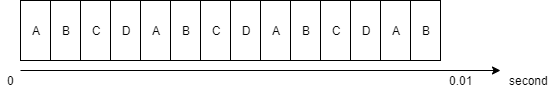
Above: images/preemptive.png in nganhkhoa/thesis (draw.io), before the change. Source tidied: cells renumbered, new cells last; positions are measured from the earlier drawing's top-left corner, leaving out a move shared by most shapes. Its diagram source:
```xml
<mxGraphModel>
  <root>
    <mxCell id="0" />
    <mxCell id="1" parent="0" />
    <mxCell id="2" value="A" style="rounded=0;whiteSpace=wrap;html=1;" parent="1" vertex="1">
      <mxGeometry x="20" width="30" height="60" as="geometry" />
    </mxCell>
    <mxCell id="3" value="B" style="rounded=0;whiteSpace=wrap;html=1;" parent="1" vertex="1">
      <mxGeometry x="50" width="30" height="60" as="geometry" />
    </mxCell>
    <mxCell id="4" value="C" style="rounded=0;whiteSpace=wrap;html=1;" parent="1" vertex="1">
      <mxGeometry x="80" width="30" height="60" as="geometry" />
    </mxCell>
    <mxCell id="5" value="D" style="rounded=0;whiteSpace=wrap;html=1;" parent="1" vertex="1">
      <mxGeometry x="110" width="30" height="60" as="geometry" />
    </mxCell>
    <mxCell id="6" value="A" style="rounded=0;whiteSpace=wrap;html=1;" parent="1" vertex="1">
      <mxGeometry x="140" width="30" height="60" as="geometry" />
    </mxCell>
    <mxCell id="7" value="B" style="rounded=0;whiteSpace=wrap;html=1;" parent="1" vertex="1">
      <mxGeometry x="170" width="30" height="60" as="geometry" />
    </mxCell>
    <mxCell id="8" value="C" style="rounded=0;whiteSpace=wrap;html=1;" parent="1" vertex="1">
      <mxGeometry x="200" width="30" height="60" as="geometry" />
    </mxCell>
    <mxCell id="9" value="D" style="rounded=0;whiteSpace=wrap;html=1;" parent="1" vertex="1">
      <mxGeometry x="230" width="30" height="60" as="geometry" />
    </mxCell>
    <mxCell id="10" value="A" style="rounded=0;whiteSpace=wrap;html=1;" parent="1" vertex="1">
      <mxGeometry x="260" width="30" height="60" as="geometry" />
    </mxCell>
    <mxCell id="11" style="endArrow=classic;html=1;" parent="1" edge="1" source="9" target="10">
      <mxGeometry relative="1" as="geometry" />
    </mxCell>
    <mxCell id="12" value="B" style="rounded=0;whiteSpace=wrap;html=1;" parent="1" vertex="1">
      <mxGeometry x="290" width="30" height="60" as="geometry" />
    </mxCell>
    <mxCell id="13" value="C" style="rounded=0;whiteSpace=wrap;html=1;" parent="1" vertex="1">
      <mxGeometry x="320" width="30" height="60" as="geometry" />
    </mxCell>
    <mxCell id="14" value="D" style="rounded=0;whiteSpace=wrap;html=1;" parent="1" vertex="1">
      <mxGeometry x="350" width="30" height="60" as="geometry" />
    </mxCell>
    <mxCell id="15" value="A" style="rounded=0;whiteSpace=wrap;html=1;" parent="1" vertex="1">
      <mxGeometry x="380" width="30" height="60" as="geometry" />
    </mxCell>
    <mxCell id="16" value="B" style="rounded=0;whiteSpace=wrap;html=1;" parent="1" vertex="1">
      <mxGeometry x="410" width="30" height="60" as="geometry" />
    </mxCell>
    <mxCell id="17" style="endArrow=classic;html=1;" parent="1" edge="1">
      <mxGeometry relative="1" as="geometry">
        <mxPoint x="20" y="70" as="sourcePoint" />
        <mxPoint x="500" y="70" as="targetPoint" />
      </mxGeometry>
    </mxCell>
    <mxCell id="18" value="0" style="text;html=1;align=center;verticalAlign=middle;" parent="1" vertex="1">
      <mxGeometry y="70" width="20" height="20" as="geometry" />
    </mxCell>
    <mxCell id="19" value="0.01" style="text;html=1;align=center;verticalAlign=middle;" parent="1" vertex="1">
      <mxGeometry x="440" y="70" width="40" height="20" as="geometry" />
    </mxCell>
    <mxCell id="20" value="second" style="text;html=1;align=center;verticalAlign=middle;" parent="1" vertex="1">
      <mxGeometry x="503" y="70" width="50" height="20" as="geometry" />
    </mxCell>
  </root>
</mxGraphModel>
```
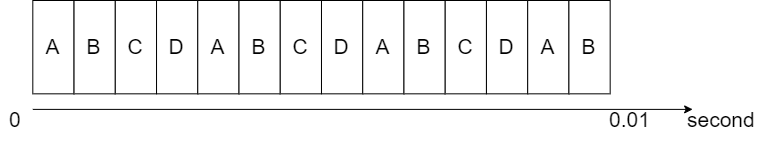
Later version of the same file.

The edit, as a diff of the source:
```diff
@@ -2,65 +2,68 @@
   <root>
     <mxCell id="0" />
     <mxCell id="1" parent="0" />
+    <mxCell id="21" style="group;fontSize=21;" parent="1" vertex="1">
+      <mxGeometry x="-180.2" y="40" width="766.4" height="140" as="geometry" />
+    </mxCell>
-    <mxCell id="2" value="A" style="rounded=0;whiteSpace=wrap;html=1;" parent="1" vertex="1">
-      <mxGeometry x="20" width="30" height="60" as="geometry" />
+    <mxCell id="2" value="A" style="rounded=0;whiteSpace=wrap;html=1;fontSize=21;" parent="21" vertex="1">
+      <mxGeometry x="27.5" width="41.2" height="93.3" as="geometry" />
     </mxCell>
-    <mxCell id="3" value="B" style="rounded=0;whiteSpace=wrap;html=1;" parent="1" vertex="1">
-      <mxGeometry x="50" width="30" height="60" as="geometry" />
+    <mxCell id="3" value="B" style="rounded=0;whiteSpace=wrap;html=1;fontSize=21;" parent="21" vertex="1">
+      <mxGeometry x="68.7" width="41.2" height="93.3" as="geometry" />
     </mxCell>
-    <mxCell id="4" value="C" style="rounded=0;whiteSpace=wrap;html=1;" parent="1" vertex="1">
-      <mxGeometry x="80" width="30" height="60" as="geometry" />
+    <mxCell id="4" value="C" style="rounded=0;whiteSpace=wrap;html=1;fontSize=21;" parent="21" vertex="1">
+      <mxGeometry x="110" width="41.2" height="93.3" as="geometry" />
     </mxCell>
-    <mxCell id="5" value="D" style="rounded=0;whiteSpace=wrap;html=1;" parent="1" vertex="1">
-      <mxGeometry x="110" width="30" height="60" as="geometry" />
+    <mxCell id="5" value="D" style="rounded=0;whiteSpace=wrap;html=1;fontSize=21;" parent="21" vertex="1">
+      <mxGeometry x="151.2" width="41.2" height="93.3" as="geometry" />
     </mxCell>
-    <mxCell id="6" value="A" style="rounded=0;whiteSpace=wrap;html=1;" parent="1" vertex="1">
-      <mxGeometry x="140" width="30" height="60" as="geometry" />
+    <mxCell id="6" value="A" style="rounded=0;whiteSpace=wrap;html=1;fontSize=21;" parent="21" vertex="1">
+      <mxGeometry x="192.5" width="41.2" height="93.3" as="geometry" />
     </mxCell>
-    <mxCell id="7" value="B" style="rounded=0;whiteSpace=wrap;html=1;" parent="1" vertex="1">
-      <mxGeometry x="170" width="30" height="60" as="geometry" />
+    <mxCell id="7" value="B" style="rounded=0;whiteSpace=wrap;html=1;fontSize=21;" parent="21" vertex="1">
+      <mxGeometry x="233.7" width="41.2" height="93.3" as="geometry" />
     </mxCell>
-    <mxCell id="8" value="C" style="rounded=0;whiteSpace=wrap;html=1;" parent="1" vertex="1">
-      <mxGeometry x="200" width="30" height="60" as="geometry" />
+    <mxCell id="8" value="C" style="rounded=0;whiteSpace=wrap;html=1;fontSize=21;" parent="21" vertex="1">
+      <mxGeometry x="274.9" width="41.2" height="93.3" as="geometry" />
     </mxCell>
-    <mxCell id="9" value="D" style="rounded=0;whiteSpace=wrap;html=1;" parent="1" vertex="1">
-      <mxGeometry x="230" width="30" height="60" as="geometry" />
+    <mxCell id="9" value="D" style="rounded=0;whiteSpace=wrap;html=1;fontSize=21;" parent="21" vertex="1">
+      <mxGeometry x="316.2" width="41.2" height="93.3" as="geometry" />
     </mxCell>
-    <mxCell id="10" value="A" style="rounded=0;whiteSpace=wrap;html=1;" parent="1" vertex="1">
-      <mxGeometry x="260" width="30" height="60" as="geometry" />
+    <mxCell id="10" value="A" style="rounded=0;whiteSpace=wrap;html=1;fontSize=21;" parent="21" vertex="1">
+      <mxGeometry x="357.4" width="41.2" height="93.3" as="geometry" />
     </mxCell>
-    <mxCell id="11" style="endArrow=classic;html=1;" parent="1" edge="1" source="9" target="10">
+    <mxCell id="11" style="endArrow=classic;html=1;fontSize=21;" parent="21" edge="1" source="9" target="10">
       <mxGeometry relative="1" as="geometry" />
     </mxCell>
-    <mxCell id="12" value="B" style="rounded=0;whiteSpace=wrap;html=1;" parent="1" vertex="1">
-      <mxGeometry x="290" width="30" height="60" as="geometry" />
+    <mxCell id="12" value="B" style="rounded=0;whiteSpace=wrap;html=1;fontSize=21;" parent="21" vertex="1">
+      <mxGeometry x="398.6" width="41.2" height="93.3" as="geometry" />
     </mxCell>
-    <mxCell id="13" value="C" style="rounded=0;whiteSpace=wrap;html=1;" parent="1" vertex="1">
-      <mxGeometry x="320" width="30" height="60" as="geometry" />
+    <mxCell id="13" value="C" style="rounded=0;whiteSpace=wrap;html=1;fontSize=21;" parent="21" vertex="1">
+      <mxGeometry x="439.9" width="41.2" height="93.3" as="geometry" />
     </mxCell>
-    <mxCell id="14" value="D" style="rounded=0;whiteSpace=wrap;html=1;" parent="1" vertex="1">
-      <mxGeometry x="350" width="30" height="60" as="geometry" />
+    <mxCell id="14" value="D" style="rounded=0;whiteSpace=wrap;html=1;fontSize=21;" parent="21" vertex="1">
+      <mxGeometry x="481.1" width="41.2" height="93.3" as="geometry" />
     </mxCell>
-    <mxCell id="15" value="A" style="rounded=0;whiteSpace=wrap;html=1;" parent="1" vertex="1">
-      <mxGeometry x="380" width="30" height="60" as="geometry" />
+    <mxCell id="15" value="A" style="rounded=0;whiteSpace=wrap;html=1;fontSize=21;" parent="21" vertex="1">
+      <mxGeometry x="522.4" width="41.2" height="93.3" as="geometry" />
     </mxCell>
-    <mxCell id="16" value="B" style="rounded=0;whiteSpace=wrap;html=1;" parent="1" vertex="1">
-      <mxGeometry x="410" width="30" height="60" as="geometry" />
+    <mxCell id="16" value="B" style="rounded=0;whiteSpace=wrap;html=1;fontSize=21;" parent="21" vertex="1">
+      <mxGeometry x="563.6" width="41.2" height="93.3" as="geometry" />
     </mxCell>
-    <mxCell id="17" style="endArrow=classic;html=1;" parent="1" edge="1">
+    <mxCell id="17" style="endArrow=classic;html=1;fontSize=21;" parent="21" edge="1">
       <mxGeometry relative="1" as="geometry">
-        <mxPoint x="20" y="70" as="sourcePoint" />
-        <mxPoint x="500" y="70" as="targetPoint" />
+        <mxPoint x="27.5" y="108.9" as="sourcePoint" />
+        <mxPoint x="687.3" y="108.9" as="targetPoint" />
       </mxGeometry>
     </mxCell>
-    <mxCell id="18" value="0" style="text;html=1;align=center;verticalAlign=middle;" parent="1" vertex="1">
-      <mxGeometry y="70" width="20" height="20" as="geometry" />
+    <mxCell id="18" value="0" style="text;html=1;align=center;verticalAlign=middle;fontSize=21;" parent="21" vertex="1">
+      <mxGeometry x="-5" y="103.9" width="30" height="30" as="geometry" />
     </mxCell>
-    <mxCell id="19" value="0.01" style="text;html=1;align=center;verticalAlign=middle;" parent="1" vertex="1">
-      <mxGeometry x="440" y="70" width="40" height="20" as="geometry" />
+    <mxCell id="19" value="0.01" style="text;html=1;align=center;verticalAlign=middle;fontSize=21;" parent="21" vertex="1">
+      <mxGeometry x="594.8" y="103.9" width="60" height="30" as="geometry" />
     </mxCell>
-    <mxCell id="20" value="second" style="text;html=1;align=center;verticalAlign=middle;" parent="1" vertex="1">
-      <mxGeometry x="503" y="70" width="50" height="20" as="geometry" />
+    <mxCell id="20" value="second" style="text;html=1;align=center;verticalAlign=middle;fontSize=21;" parent="21" vertex="1">
+      <mxGeometry x="676.4" y="103.9" width="80" height="30" as="geometry" />
     </mxCell>
   </root>
 </mxGraphModel>
```
